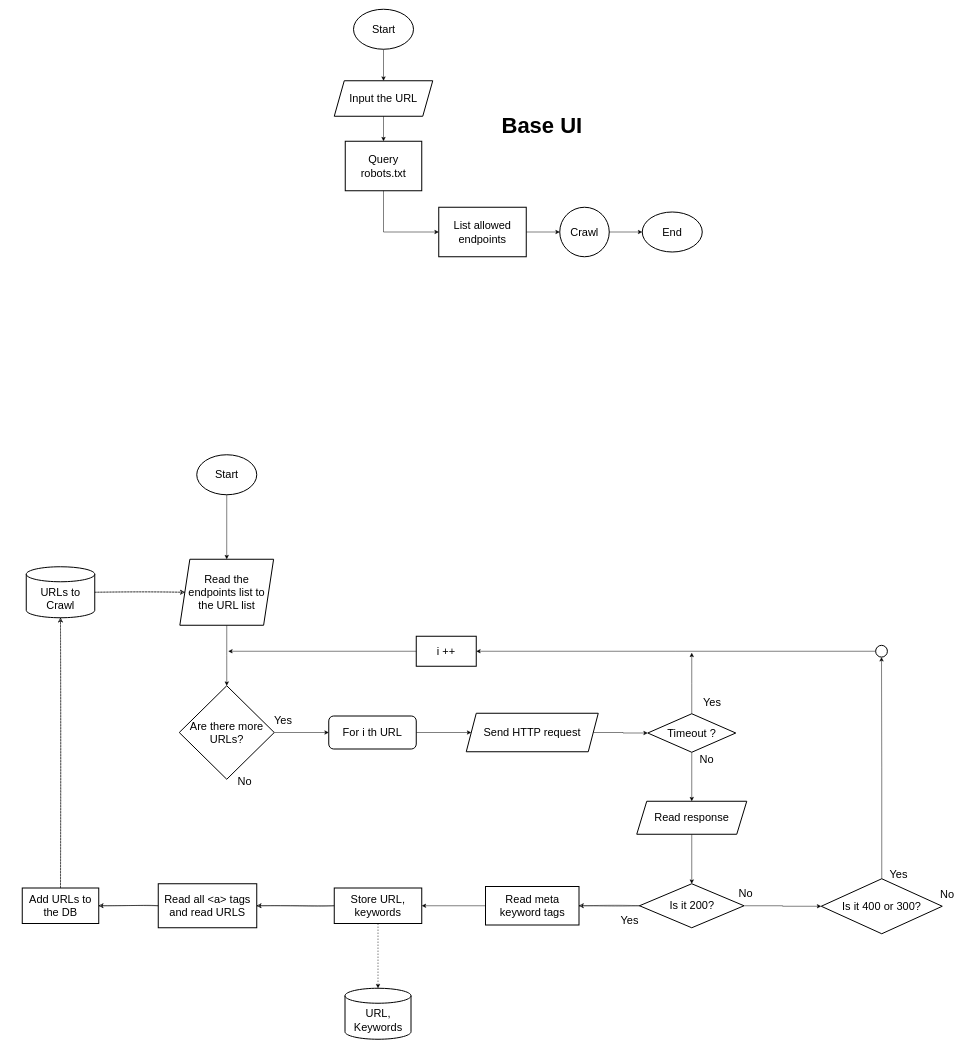
Altier-Tech/creepy-crawly keeps this draw.io diagram as sketches/base flows.drawio. Above is the earlier version. Source tidied: cells renumbered, new cells numbered last; positions are measured from the earlier drawing's top-left corner, leaving out a move shared by most shapes. Both pictures are drawn from the tidied source at 50%, with x=0, y=0 at pixel (22, 9).
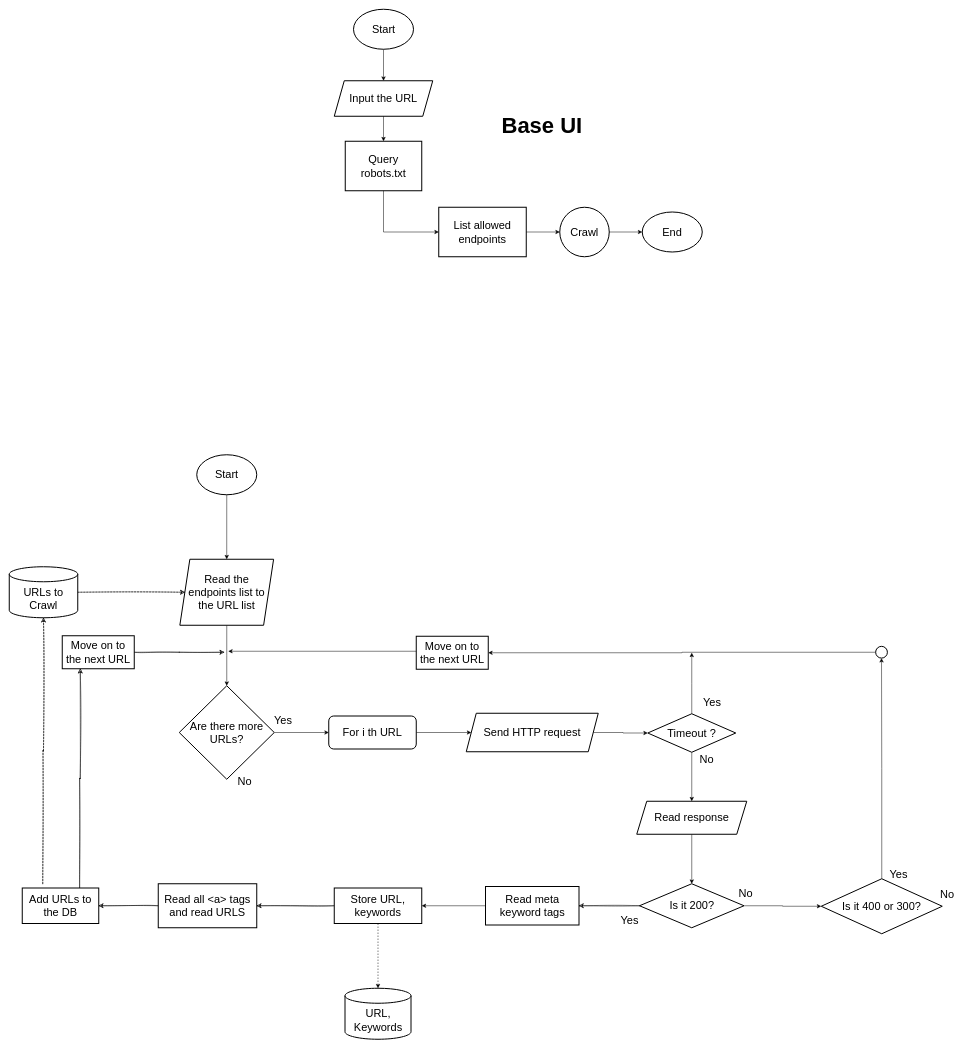
The same page after the edit.

The change refers to these unchanged cells:
```xml
<mxCell id="65" value="Add URLs to the DB" style="rounded=0;whiteSpace=wrap;html=1;strokeWidth=2;fontSize=22;" parent="1" vertex="1">
  <mxGeometry y="1757.5" width="153" height="71" as="geometry" />
</mxCell>
```

Change to the diagram source:
```diff
@@
     <mxCell id="40" style="ellipse;whiteSpace=wrap;html=1;strokeWidth=2;fontSize=22;" parent="1" vertex="1">
-      <mxGeometry x="1706.8" y="1272.2" width="23.5" height="23.5" as="geometry" />
+      <mxGeometry x="1706.8" y="1274.2" width="23.5" height="23.5" as="geometry" />
     </mxCell>
@@
-    <mxCell id="43" value="i ++" style="rounded=0;whiteSpace=wrap;html=1;strokeWidth=2;fontSize=22;" parent="1" vertex="1">
-      <mxGeometry x="788" y="1254" width="120" height="60" as="geometry" />
+    <mxCell id="43" value="Move on to the next URL" style="rounded=0;whiteSpace=wrap;html=1;strokeWidth=2;fontSize=22;" parent="1" vertex="1">
+      <mxGeometry x="788" y="1254" width="144" height="66" as="geometry" />
     </mxCell>
@@
     <mxCell id="63" value="URLs to Crawl" style="shape=cylinder3;whiteSpace=wrap;html=1;boundedLbl=1;backgroundOutline=1;size=15;strokeWidth=2;fontSize=22;" parent="1" vertex="1">
-      <mxGeometry x="8" y="1115" width="137" height="102" as="geometry" />
+      <mxGeometry x="-26" y="1115" width="137" height="102" as="geometry" />
     </mxCell>
-    <mxCell id="64" style="edgeStyle=orthogonalEdgeStyle;rounded=0;sketch=1;jettySize=auto;html=1;entryX=0.5;entryY=1;entryDx=0;entryDy=0;entryPerimeter=0;dashed=1;strokeColor=default;fontSize=22;" parent="1" edge="1" source="65" target="63">
-      <mxGeometry relative="1" as="geometry" />
+    <mxCell id="64" style="edgeStyle=orthogonalEdgeStyle;rounded=0;sketch=1;jettySize=auto;html=1;entryX=0.5;entryY=1;entryDx=0;entryDy=0;entryPerimeter=0;dashed=1;strokeColor=default;fontSize=22;" parent="1" edge="1" target="63">
+      <mxGeometry relative="1" as="geometry">
+        <mxPoint x="41" y="1749" as="sourcePoint" />
+      </mxGeometry>
     </mxCell>
+    <mxCell id="67" style="edgeStyle=orthogonalEdgeStyle;rounded=0;sketch=1;jettySize=auto;html=1;exitX=0.75;exitY=0;exitDx=0;exitDy=0;entryX=0.25;entryY=1;entryDx=0;entryDy=0;strokeColor=default;fontSize=22;" parent="1" edge="1" source="65" target="69">
+      <mxGeometry relative="1" as="geometry" />
+    </mxCell>
@@
+    <mxCell id="68" style="edgeStyle=orthogonalEdgeStyle;rounded=0;sketch=1;jettySize=auto;html=1;strokeColor=default;fontSize=22;" parent="1" edge="1" source="69">
+      <mxGeometry relative="1" as="geometry">
+        <mxPoint x="404" y="1286" as="targetPoint" />
+      </mxGeometry>
+    </mxCell>
+    <mxCell id="69" value="Move on to the next URL" style="rounded=0;whiteSpace=wrap;html=1;strokeWidth=2;fontSize=22;" parent="1" vertex="1">
+      <mxGeometry x="80" y="1253" width="144" height="66" as="geometry" />
+    </mxCell>
```
